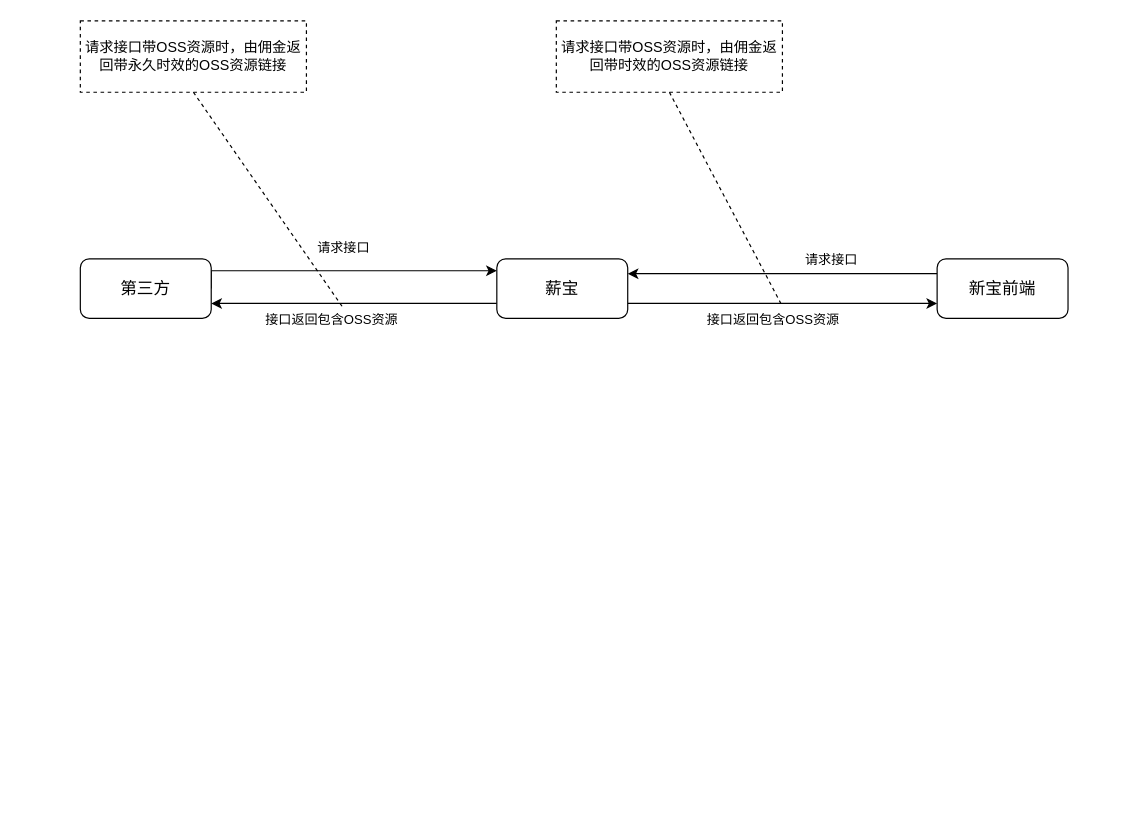
The draw.io diagram oss.drawio in kuangziyang/shop-design, before the edit. Source tidied: cells renumbered, new cells numbered last; positions are measured from the earlier drawing's top-left corner, leaving out a move shared by most shapes. Both pictures are drawn from the tidied source at 119%, with x=0, y=0 at pixel (80, 20).
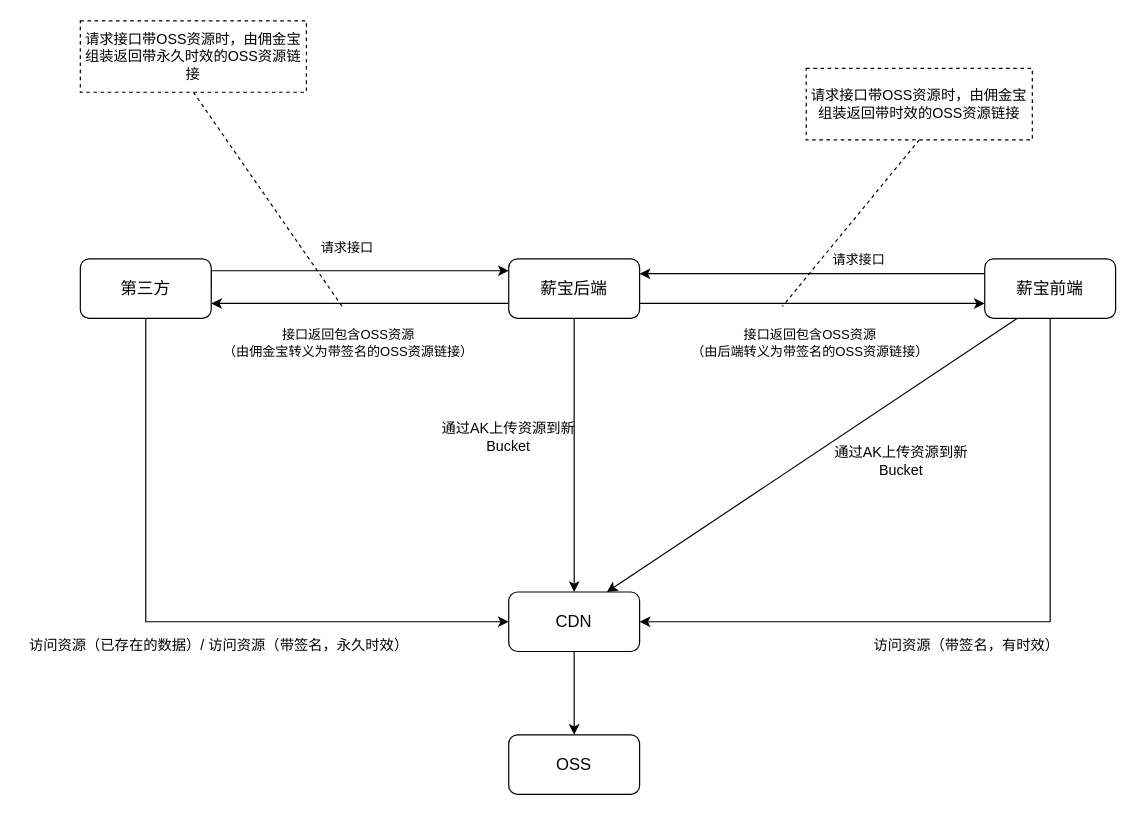
The same diagram, later.

The change refers to these unchanged cells:
```xml
<mxCell id="4" value="&lt;font style=&quot;font-size: 14px&quot;&gt;第三方&lt;/font&gt;" style="rounded=1;whiteSpace=wrap;html=1;" parent="1" vertex="1">
  <mxGeometry y="200" width="110" height="50" as="geometry" />
</mxCell>
<mxCell id="5" style="edgeStyle=orthogonalEdgeStyle;rounded=0;jettySize=auto;html=1;exitX=0;exitY=0.75;exitDx=0;exitDy=0;entryX=1;entryY=0.75;entryDx=0;entryDy=0;" parent="1" edge="1" source="9" target="4">
  <mxGeometry relative="1" as="geometry" />
</mxCell>
<mxCell id="7" style="edgeStyle=none;rounded=0;jettySize=auto;html=1;exitX=1;exitY=0.75;exitDx=0;exitDy=0;entryX=0;entryY=0.75;entryDx=0;entryDy=0;endArrow=classic;endFill=1;" parent="1" edge="1" source="9" target="14">
  <mxGeometry relative="1" as="geometry" />
</mxCell>
```

The edit, as a diff of the source:
```diff
@@
+    <mxCell id="17" style="edgeStyle=orthogonalEdgeStyle;rounded=0;jettySize=auto;html=1;exitX=0.5;exitY=1;exitDx=0;exitDy=0;entryX=0;entryY=0.5;entryDx=0;entryDy=0;endArrow=classic;endFill=1;" parent="1" edge="1" source="4" target="23">
+      <mxGeometry relative="1" as="geometry" />
+    </mxCell>
@@
-    <mxCell id="6" value="接口返回包含OSS资源" style="edgeLabel;html=1;align=center;verticalAlign=middle;" parent="5" vertex="1">
+    <mxCell id="6" value="接口返回包含OSS资源&lt;br&gt;（由佣金宝转义为带签名的OSS资源链接）" style="edgeLabel;html=1;align=center;verticalAlign=middle;" parent="5" vertex="1">
       <mxGeometry x="0.17" y="1" relative="1" as="geometry">
-        <mxPoint y="11.5" as="offset" />
+        <mxPoint x="10" y="31.5" as="offset" />
       </mxGeometry>
     </mxCell>
@@
-    <mxCell id="8" value="接口返回包含OSS资源" style="edgeLabel;html=1;align=center;verticalAlign=middle;" parent="7" vertex="1">
+    <mxCell id="8" value="接口返回包含OSS资源&lt;br&gt;（由后端转义为带签名的OSS资源链接）" style="edgeLabel;html=1;align=center;verticalAlign=middle;" parent="7" vertex="1">
       <mxGeometry x="-0.25" relative="1" as="geometry">
-        <mxPoint x="23" y="12.5" as="offset" />
+        <mxPoint x="33" y="32.5" as="offset" />
       </mxGeometry>
     </mxCell>
+    <mxCell id="18" style="edgeStyle=none;rounded=0;jettySize=auto;html=1;exitX=0.5;exitY=1;exitDx=0;exitDy=0;entryX=0.5;entryY=0;entryDx=0;entryDy=0;endArrow=classic;endFill=1;" parent="1" edge="1" source="9" target="23">
+      <mxGeometry relative="1" as="geometry" />
+    </mxCell>
-    <mxCell id="9" value="&lt;span style=&quot;font-size: 14px&quot;&gt;薪宝&lt;/span&gt;" style="rounded=1;whiteSpace=wrap;html=1;" parent="1" vertex="1">
-      <mxGeometry x="350" y="200" width="110" height="50" as="geometry" />
+    <mxCell id="9" value="&lt;span style=&quot;font-size: 14px&quot;&gt;薪宝后端&lt;/span&gt;" style="rounded=1;whiteSpace=wrap;html=1;" parent="1" vertex="1">
+      <mxGeometry x="360" y="200" width="110" height="50" as="geometry" />
     </mxCell>
@@
-    <mxCell id="11" value="请求接口带OSS资源时，由佣金返回带永久时效的OSS资源链接" style="rounded=0;whiteSpace=wrap;html=1;fillColor=none;dashed=1;" parent="1" vertex="1">
+    <mxCell id="11" value="请求接口带OSS资源时，由佣金宝组装返回带永久时效的OSS资源链接" style="rounded=0;whiteSpace=wrap;html=1;fillColor=none;dashed=1;" parent="1" vertex="1">
       <mxGeometry width="190" height="60" as="geometry" />
     </mxCell>
@@
+    <mxCell id="19" style="edgeStyle=orthogonalEdgeStyle;rounded=0;jettySize=auto;html=1;exitX=0.5;exitY=1;exitDx=0;exitDy=0;entryX=1;entryY=0.5;entryDx=0;entryDy=0;endArrow=classic;endFill=1;" parent="1" edge="1" source="14" target="23">
+      <mxGeometry relative="1" as="geometry" />
+    </mxCell>
+    <mxCell id="20" style="rounded=0;jettySize=auto;html=1;exitX=0.25;exitY=1;exitDx=0;exitDy=0;entryX=0.75;entryY=0;entryDx=0;entryDy=0;endArrow=classic;endFill=1;" parent="1" edge="1" source="14" target="23">
+      <mxGeometry relative="1" as="geometry" />
+    </mxCell>
-    <mxCell id="14" value="&lt;span style=&quot;font-size: 14px&quot;&gt;新宝前端&lt;/span&gt;" style="rounded=1;whiteSpace=wrap;html=1;" parent="1" vertex="1">
-      <mxGeometry x="720" y="200" width="110" height="50" as="geometry" />
+    <mxCell id="14" value="&lt;span style=&quot;font-size: 14px&quot;&gt;薪宝前端&lt;/span&gt;" style="rounded=1;whiteSpace=wrap;html=1;" parent="1" vertex="1">
+      <mxGeometry x="760" y="200" width="110" height="50" as="geometry" />
     </mxCell>
-    <mxCell id="15" value="请求接口带OSS资源时，由佣金返回带时效的OSS资源链接" style="rounded=0;whiteSpace=wrap;html=1;fillColor=none;dashed=1;" parent="1" vertex="1">
-      <mxGeometry x="400" width="190" height="60" as="geometry" />
+    <mxCell id="15" value="请求接口带OSS资源时，由佣金宝组装返回带时效的OSS资源链接" style="rounded=0;whiteSpace=wrap;html=1;fillColor=none;dashed=1;" parent="1" vertex="1">
+      <mxGeometry x="610" y="40" width="190" height="60" as="geometry" />
     </mxCell>
@@
+    <mxCell id="21" value="&lt;font style=&quot;font-size: 14px&quot;&gt;OSS&lt;/font&gt;" style="rounded=1;whiteSpace=wrap;html=1;" parent="1" vertex="1">
+      <mxGeometry x="360" y="600" width="110" height="50" as="geometry" />
+    </mxCell>
+    <mxCell id="22" style="edgeStyle=orthogonalEdgeStyle;rounded=0;jettySize=auto;html=1;exitX=0.5;exitY=1;exitDx=0;exitDy=0;entryX=0.5;entryY=0;entryDx=0;entryDy=0;endArrow=classic;endFill=1;" parent="1" edge="1" source="23" target="21">
+      <mxGeometry relative="1" as="geometry" />
+    </mxCell>
+    <mxCell id="23" value="&lt;font style=&quot;font-size: 14px&quot;&gt;CDN&lt;/font&gt;" style="rounded=1;whiteSpace=wrap;html=1;" parent="1" vertex="1">
+      <mxGeometry x="360" y="480" width="110" height="50" as="geometry" />
+    </mxCell>
+    <mxCell id="24" value="&amp;nbsp;访问资源（已存在的数据）/ 访问资源（带签名，永久时效）" style="text;html=1;strokeColor=none;fillColor=none;align=center;verticalAlign=middle;whiteSpace=wrap;rounded=0;dashed=1;" parent="1" vertex="1">
+      <mxGeometry x="-50" y="510" width="330" height="30" as="geometry" />
+    </mxCell>
+    <mxCell id="25" value="访问资源（带签名，有时效）" style="text;html=1;strokeColor=none;fillColor=none;align=center;verticalAlign=middle;whiteSpace=wrap;rounded=0;dashed=1;" parent="1" vertex="1">
+      <mxGeometry x="660" y="510" width="170" height="30" as="geometry" />
+    </mxCell>
+    <mxCell id="26" value="通过AK上传资源到新Bucket" style="text;html=1;strokeColor=none;fillColor=none;align=center;verticalAlign=middle;whiteSpace=wrap;rounded=0;dashed=1;" parent="1" vertex="1">
+      <mxGeometry x="630" y="360" width="120" height="20" as="geometry" />
+    </mxCell>
+    <mxCell id="27" style="edgeStyle=none;rounded=0;orthogonalLoop=1;jettySize=auto;html=1;exitX=0.5;exitY=0;exitDx=0;exitDy=0;endArrow=classic;endFill=1;" parent="1" edge="1" source="26" target="26">
+      <mxGeometry relative="1" as="geometry" />
+    </mxCell>
+    <mxCell id="28" value="通过AK上传资源到新Bucket" style="text;html=1;strokeColor=none;fillColor=none;align=center;verticalAlign=middle;whiteSpace=wrap;rounded=0;dashed=1;" parent="1" vertex="1">
+      <mxGeometry x="300" y="340" width="120" height="20" as="geometry" />
+    </mxCell>
```
